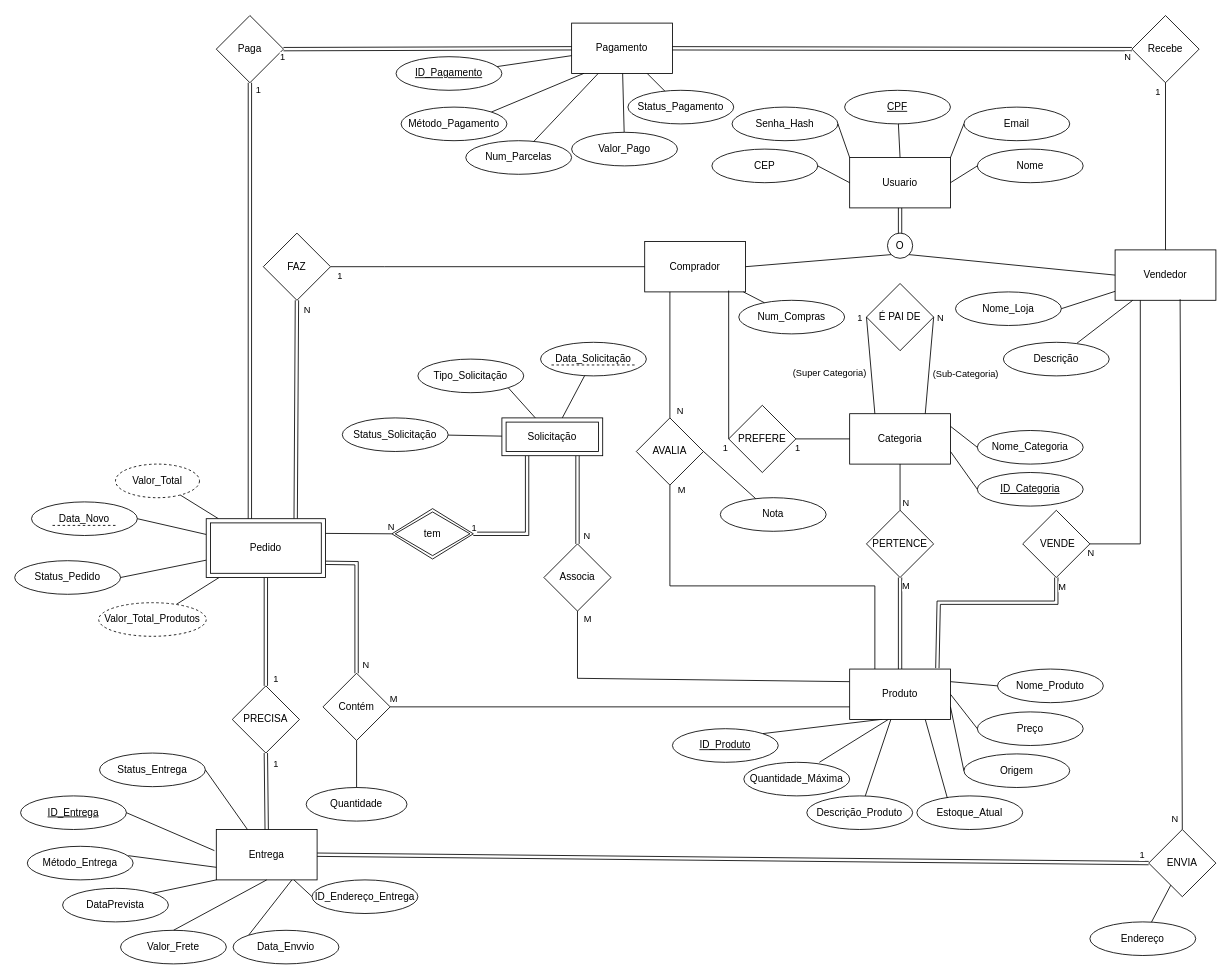
Above: Diagrama/DEER final NM.drawio in Sepakku/trabalho-final-bd1 (draw.io), before the change. Source tidied: cells renumbered, new cells numbered last; positions are measured from the earlier drawing's top-left corner, leaving out a move shared by most shapes. Both pictures are drawn from the tidied source at 84%, with x=0, y=0 at pixel (14, 15).
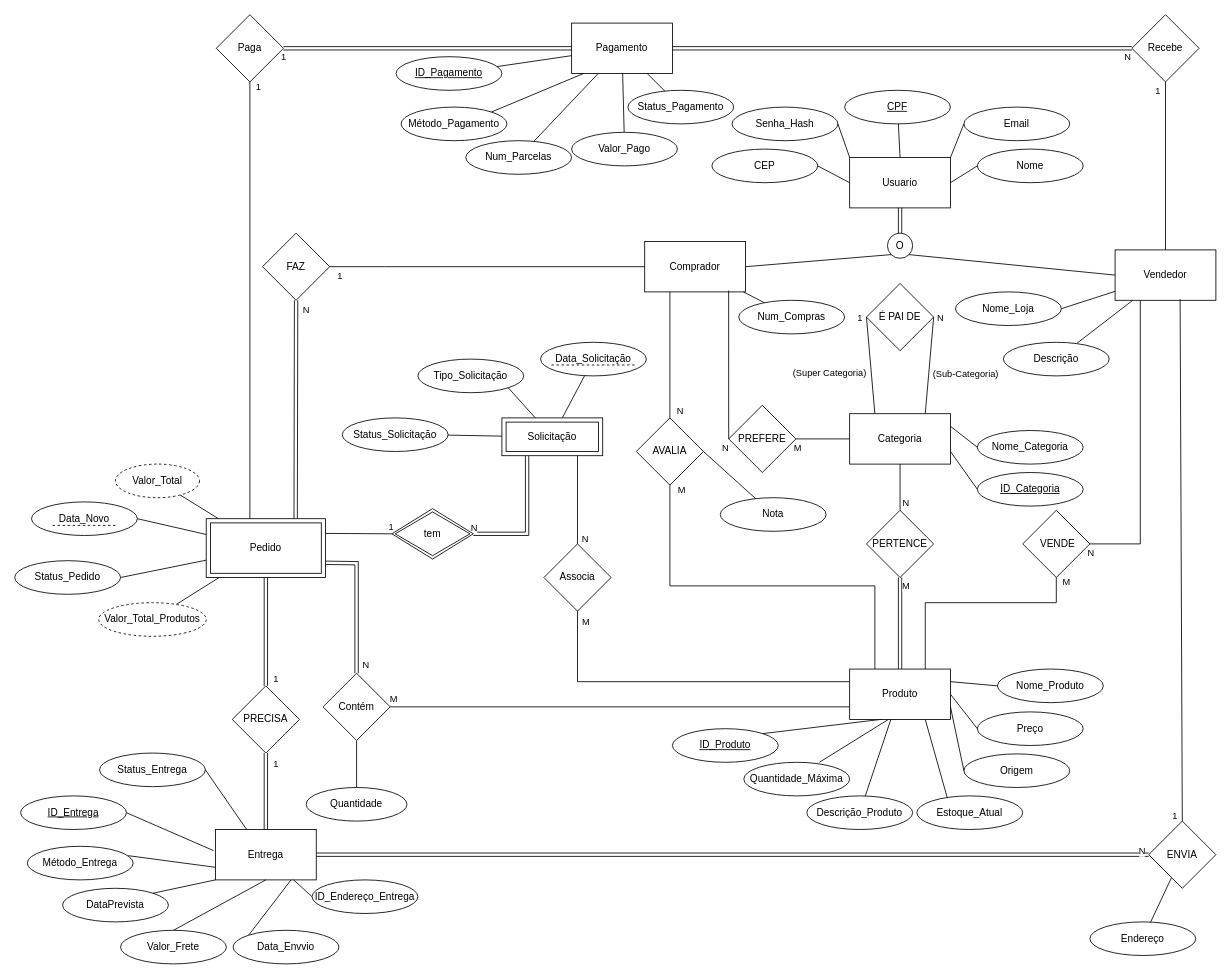
The same diagram, later.

Commit message (it also covers changes not shown here):
Ajustes finais no diagrama NM

Unchanged cells that the change refers to:
```xml
<mxCell id="17" value="&amp;nbsp;VENDE" style="rhombus;whiteSpace=wrap;html=1;labelBackgroundColor=none;" parent="1" vertex="1">
  <mxGeometry x="1200" y="589" width="80" height="80" as="geometry" />
</mxCell>
<mxCell id="22" style="endArrow=none;html=1;rounded=0;entryX=0;entryY=0.5;entryDx=0;entryDy=0;exitX=1;exitY=0.5;exitDx=0;exitDy=0;labelBackgroundColor=none;fontColor=default;" parent="1" edge="1" source="21" target="3">
  <mxGeometry relative="1" as="geometry" />
</mxCell>
<mxCell id="24" style="endArrow=none;html=1;rounded=0;entryX=0;entryY=0.5;entryDx=0;entryDy=0;exitX=0.833;exitY=0.974;exitDx=0;exitDy=0;exitPerimeter=0;labelBackgroundColor=none;fontColor=default;" parent="1" edge="1" source="5" target="21">
  <mxGeometry relative="1" as="geometry" />
</mxCell>
<mxCell id="80" style="endArrow=none;html=1;rounded=0;entryX=0;entryY=0.5;entryDx=0;entryDy=0;labelBackgroundColor=none;fontColor=default;exitX=1;exitY=0.25;exitDx=0;exitDy=0;" parent="1" edge="1" source="140" target="136">
  <mxGeometry relative="1" as="geometry" />
</mxCell>
<mxCell id="82" value="Associa" style="rhombus;whiteSpace=wrap;html=1;labelBackgroundColor=none;" parent="1" vertex="1">
  <mxGeometry x="630" y="629" width="80" height="80" as="geometry" />
</mxCell>
<mxCell id="96" style="endArrow=none;html=1;rounded=0;exitX=0.5;exitY=0;exitDx=0;exitDy=0;entryX=0.645;entryY=0.979;entryDx=0;entryDy=0;entryPerimeter=0;labelBackgroundColor=none;fontColor=default;" parent="1" edge="1" source="95" target="6">
  <mxGeometry relative="1" as="geometry" />
</mxCell>
<mxCell id="100" style="shape=link;html=1;rounded=0;exitX=1;exitY=0.5;exitDx=0;exitDy=0;entryX=0.25;entryY=1;entryDx=0;entryDy=0;labelBackgroundColor=none;fontColor=default;" parent="1" edge="1" source="136" target="137">
  <mxGeometry relative="1" as="geometry">
    <Array as="points">
      <mxPoint x="610" y="617" />
    </Array>
  </mxGeometry>
</mxCell>
<mxCell id="109" value="Produto" style="rounded=0;whiteSpace=wrap;html=1;labelBackgroundColor=none;" parent="1" vertex="1">
  <mxGeometry x="994" y="778" width="120" height="60" as="geometry" />
</mxCell>
<mxCell id="137" value="Solicitação" style="shape=ext;margin=3;double=1;whiteSpace=wrap;html=1;align=center;" parent="1" vertex="1">
  <mxGeometry x="580" y="479" width="120" height="45" as="geometry" />
</mxCell>
<mxCell id="140" value="Pedido" style="shape=ext;margin=3;double=1;whiteSpace=wrap;html=1;align=center;" parent="1" vertex="1">
  <mxGeometry x="228" y="599" width="142" height="70" as="geometry" />
</mxCell>
<mxCell id="149" style="endArrow=none;html=1;rounded=0;exitX=1;exitY=0.5;exitDx=0;exitDy=0;entryX=0;entryY=0.5;entryDx=0;entryDy=0;shape=link;" parent="1" edge="1" source="2" target="95">
  <mxGeometry relative="1" as="geometry" />
</mxCell>
```

Diff of the diagram source:
```diff
@@
     <mxCell id="2" value="Entrega" style="rounded=0;whiteSpace=wrap;html=1;labelBackgroundColor=none;" parent="1" vertex="1">
-      <mxGeometry x="240" y="969" width="120" height="60" as="geometry" />
+      <mxGeometry x="239" y="969" width="120" height="60" as="geometry" />
     </mxCell>
@@
     <mxCell id="19" value="&lt;div&gt;FAZ&lt;/div&gt;" style="rhombus;whiteSpace=wrap;html=1;labelBackgroundColor=none;" parent="1" vertex="1">
-      <mxGeometry x="296" y="259" width="80" height="80" as="geometry" />
+      <mxGeometry x="295" y="259" width="80" height="80" as="geometry" />
     </mxCell>
@@
-    <mxCell id="23" value="1" style="edgeLabel;html=1;align=center;verticalAlign=middle;" parent="22" vertex="1">
+    <mxCell id="23" value="M" style="edgeLabel;html=1;align=center;verticalAlign=middle;" parent="22" vertex="1">
       <mxGeometry x="-0.02" relative="1" as="geometry">
         <mxPoint x="-30" y="10" as="offset" />
       </mxGeometry>
     </mxCell>
@@
-    <mxCell id="25" value="1" style="edgeLabel;html=1;align=center;verticalAlign=middle;" parent="24" vertex="1">
+    <mxCell id="25" value="N" style="edgeLabel;html=1;align=center;verticalAlign=middle;" parent="24" vertex="1">
       <mxGeometry x="0.07" relative="1" as="geometry">
         <mxPoint x="-4" y="93" as="offset" />
       </mxGeometry>
     </mxCell>
@@
-    <mxCell id="81" value="N" style="edgeLabel;html=1;align=center;verticalAlign=middle;" parent="80" vertex="1">
+    <mxCell id="81" value="1" style="edgeLabel;html=1;align=center;verticalAlign=middle;" parent="80" vertex="1">
       <mxGeometry x="0.12" y="1" relative="1" as="geometry">
         <mxPoint x="33" y="-7" as="offset" />
       </mxGeometry>
     </mxCell>
@@
     <mxCell id="83" style="endArrow=none;html=1;rounded=0;exitX=0.5;exitY=1;exitDx=0;exitDy=0;labelBackgroundColor=none;fontColor=default;entryX=0;entryY=0.25;entryDx=0;entryDy=0;" parent="1" edge="1" source="82" target="109">
       <mxGeometry relative="1" as="geometry">
         <Array as="points">
-          <mxPoint x="670" y="789" />
+          <mxPoint x="670" y="793" />
         </Array>
       </mxGeometry>
     </mxCell>
@@
     <mxCell id="86" value="Paga" style="rhombus;whiteSpace=wrap;html=1;labelBackgroundColor=none;" parent="1" vertex="1">
-      <mxGeometry x="240" width="80" height="80" as="geometry" />
+      <mxGeometry x="240" y="-1" width="80" height="80" as="geometry" />
     </mxCell>
-    <mxCell id="87" style="endArrow=none;html=1;rounded=0;labelBackgroundColor=none;fontColor=default;exitX=0.366;exitY=0.143;exitDx=0;exitDy=0;exitPerimeter=0;shape=link;" parent="1" edge="1" source="140" target="86">
-      <mxGeometry relative="1" as="geometry" />
-    </mxCell>
-    <mxCell id="88" value="1" style="edgeLabel;html=1;align=center;verticalAlign=middle;" parent="87" vertex="1">
-      <mxGeometry x="0.07" relative="1" as="geometry">
-        <mxPoint x="10" y="-238" as="offset" />
-      </mxGeometry>
-    </mxCell>
     <mxCell id="89" value="Recebe" style="rhombus;whiteSpace=wrap;html=1;labelBackgroundColor=none;" parent="1" vertex="1">
-      <mxGeometry x="1330" width="80" height="80" as="geometry" />
+      <mxGeometry x="1330" y="-1" width="80" height="80" as="geometry" />
     </mxCell>
@@
     <mxCell id="95" value="ENVIA" style="rhombus;whiteSpace=wrap;html=1;labelBackgroundColor=none;" parent="1" vertex="1">
-      <mxGeometry x="1350" y="969" width="80" height="80" as="geometry" />
+      <mxGeometry x="1350" y="959" width="80" height="80" as="geometry" />
     </mxCell>
@@
-    <mxCell id="97" value="N" style="edgeLabel;html=1;align=center;verticalAlign=middle;" parent="96" vertex="1">
+    <mxCell id="97" value="1" style="edgeLabel;html=1;align=center;verticalAlign=middle;" parent="96" vertex="1">
       <mxGeometry x="0.29" y="-3" relative="1" as="geometry">
         <mxPoint x="-11" y="395" as="offset" />
       </mxGeometry>
     </mxCell>
@@
-    <mxCell id="101" value="1" style="edgeLabel;html=1;align=center;verticalAlign=middle;" parent="100" vertex="1">
+    <mxCell id="101" value="N" style="edgeLabel;html=1;align=center;verticalAlign=middle;" parent="100" vertex="1">
       <mxGeometry x="0.18" y="2" relative="1" as="geometry">
         <mxPoint x="-62" y="21" as="offset" />
       </mxGeometry>
     </mxCell>
@@
-    <mxCell id="104" style="shape=link;html=1;rounded=0;entryX=0.5;entryY=0;entryDx=0;entryDy=0;exitX=0.75;exitY=1;exitDx=0;exitDy=0;labelBackgroundColor=none;fontColor=default;" parent="1" edge="1" source="137" target="82">
-      <mxGeometry relative="1" as="geometry" />
-    </mxCell>
-    <mxCell id="105" value="N" style="edgeLabel;html=1;align=center;verticalAlign=middle;" parent="104" vertex="1">
-      <mxGeometry y="-4" relative="1" as="geometry">
-        <mxPoint x="14" y="42" as="offset" />
-      </mxGeometry>
-    </mxCell>
@@
-    <mxCell id="150" value="1" style="edgeLabel;html=1;align=center;verticalAlign=middle;" parent="149" vertex="1">
+    <mxCell id="150" value="N" style="edgeLabel;html=1;align=center;verticalAlign=middle;" parent="149" vertex="1">
       <mxGeometry x="0.06" y="2" relative="1" as="geometry">
         <mxPoint x="457" y="-3" as="offset" />
       </mxGeometry>
     </mxCell>
@@
-    <mxCell id="155" style="endArrow=none;html=1;rounded=0;exitX=0.87;exitY=-0.018;exitDx=0;exitDy=0;entryX=0.5;entryY=1;entryDx=0;entryDy=0;exitPerimeter=0;shape=link;" parent="1" edge="1" source="109" target="17">
-      <mxGeometry relative="1" as="geometry">
-        <Array as="points">
-          <mxPoint x="1100" y="699" />
-          <mxPoint x="1240" y="699" />
-        </Array>
-      </mxGeometry>
-    </mxCell>
-    <mxCell id="156" value="M" style="edgeLabel;html=1;align=center;verticalAlign=middle;" parent="155" vertex="1">
-      <mxGeometry x="0.06" y="2" relative="1" as="geometry">
-        <mxPoint x="93" y="-18" as="offset" />
-      </mxGeometry>
-    </mxCell>
@@
+    <mxCell id="166" style="endArrow=none;html=1;rounded=0;entryX=0.75;entryY=1;entryDx=0;entryDy=0;" parent="1" edge="1" source="82" target="137">
+      <mxGeometry relative="1" as="geometry" />
+    </mxCell>
+    <mxCell id="105" value="N" style="edgeLabel;html=1;align=center;verticalAlign=middle;" parent="166" vertex="1">
+      <mxGeometry x="-0.09" y="4" relative="1" as="geometry">
+        <mxPoint x="12" y="41" as="offset" />
+      </mxGeometry>
+    </mxCell>
+    <mxCell id="155" style="endArrow=none;html=1;rounded=0;exitX=0.75;exitY=0;exitDx=0;exitDy=0;entryX=0.5;entryY=1;entryDx=0;entryDy=0;" parent="1" edge="1" source="109" target="17">
+      <mxGeometry relative="1" as="geometry">
+        <Array as="points">
+          <mxPoint x="1084" y="699" />
+          <mxPoint x="1240" y="699" />
+        </Array>
+      </mxGeometry>
+    </mxCell>
+    <mxCell id="156" value="M" style="edgeLabel;html=1;align=center;verticalAlign=middle;" parent="155" vertex="1">
+      <mxGeometry x="0.57" relative="1" as="geometry">
+        <mxPoint x="38" y="-25" as="offset" />
+      </mxGeometry>
+    </mxCell>
+    <mxCell id="87" style="endArrow=none;html=1;rounded=0;entryX=0.5;entryY=1;entryDx=0;entryDy=0;exitX=0.366;exitY=0;exitDx=0;exitDy=0;exitPerimeter=0;" parent="1" edge="1" source="140" target="86">
+      <mxGeometry relative="1" as="geometry" />
+    </mxCell>
+    <mxCell id="88" value="1" style="edgeLabel;html=1;align=center;verticalAlign=middle;" parent="87" vertex="1">
+      <mxGeometry x="0.54" y="-2" relative="1" as="geometry">
+        <mxPoint x="8" y="-115" as="offset" />
+      </mxGeometry>
+    </mxCell>
```
